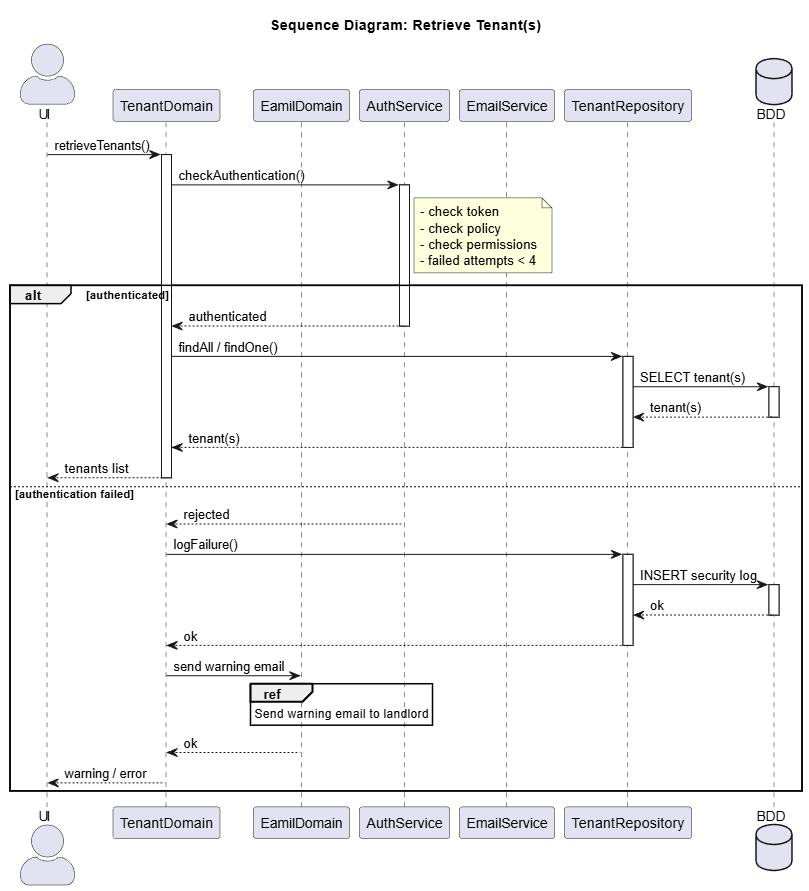
This is modeling/tenants/sequences/images/get.png from SprigganTwelve/immo-flow, a PlantUML export, as it was before one commit. Its source is kept beside it as modeling/tenants/sequences/get.puml.
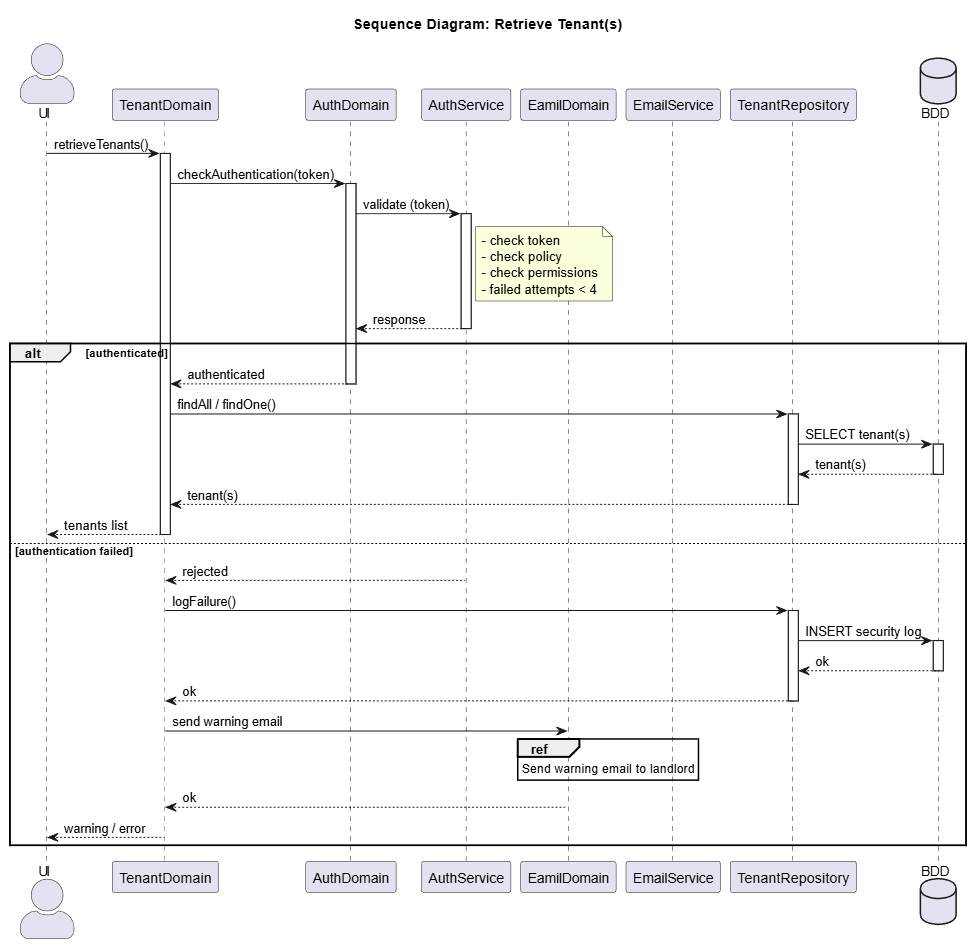
Later version of the same file.

Diff of the diagram source:
```diff
@@ -5,16 +5,25 @@
 actor UI
 
 participant "TenantDomain" as TenantDomain
+participant "AuthDomain" as AuthDoamin
+participant "AuthService" as Auth
 participant "EamilDomain"  as EmailDomain
-participant "AuthService" as Auth
 participant "EmailService" as Email
 participant "TenantRepository" as TenantRepo
 database "BDD" as BDD
 
+
+
+
 UI -> TenantDomain : retrieveTenants()
 activate TenantDomain
 
-TenantDomain -> Auth : checkAuthentication()
+
+
+TenantDomain -> AuthDoamin : checkAuthentication(token)
+activate AuthDoamin
+
+AuthDoamin -> Auth : validate (token)
 activate Auth
 
 note right of Auth
@@ -24,27 +33,40 @@
   - failed attempts < 4
 end note
 
+Auth --> AuthDoamin: response
+deactivate Auth
+
+
+
 alt authenticated
-    Auth --> TenantDomain : authenticated
-    deactivate Auth
+
+    AuthDoamin --> TenantDomain : authenticated
+    deactivate AuthDoamin
+
 
     TenantDomain -> TenantRepo : findAll / findOne()
     activate TenantRepo
+
 
     TenantRepo -> BDD : SELECT tenant(s)
     activate BDD
     BDD --> TenantRepo : tenant(s)
     deactivate BDD
 
+
     TenantRepo --> TenantDomain : tenant(s)
     deactivate TenantRepo
+
 
     TenantDomain --> UI : tenants list
     deactivate TenantDomain
 
+
 else authentication failed
+
     Auth --> TenantDomain : rejected
     deactivate Auth
+
 
     TenantDomain -> TenantRepo : logFailure()
     activate TenantRepo
@@ -52,8 +74,10 @@
     activate BDD
     BDD --> TenantRepo : ok
     deactivate BDD
+
     TenantRepo --> TenantDomain: ok
     deactivate TenantRepo
+
 
     TenantDomain -> EmailDomain : send warning email
     ref over EmailDomain
@@ -61,8 +85,10 @@
     end ref
     EmailDomain --> TenantDomain: ok
 
+
     TenantDomain --> UI : warning / error
     deactivate TenantDomain
+
 end
 
 
```
